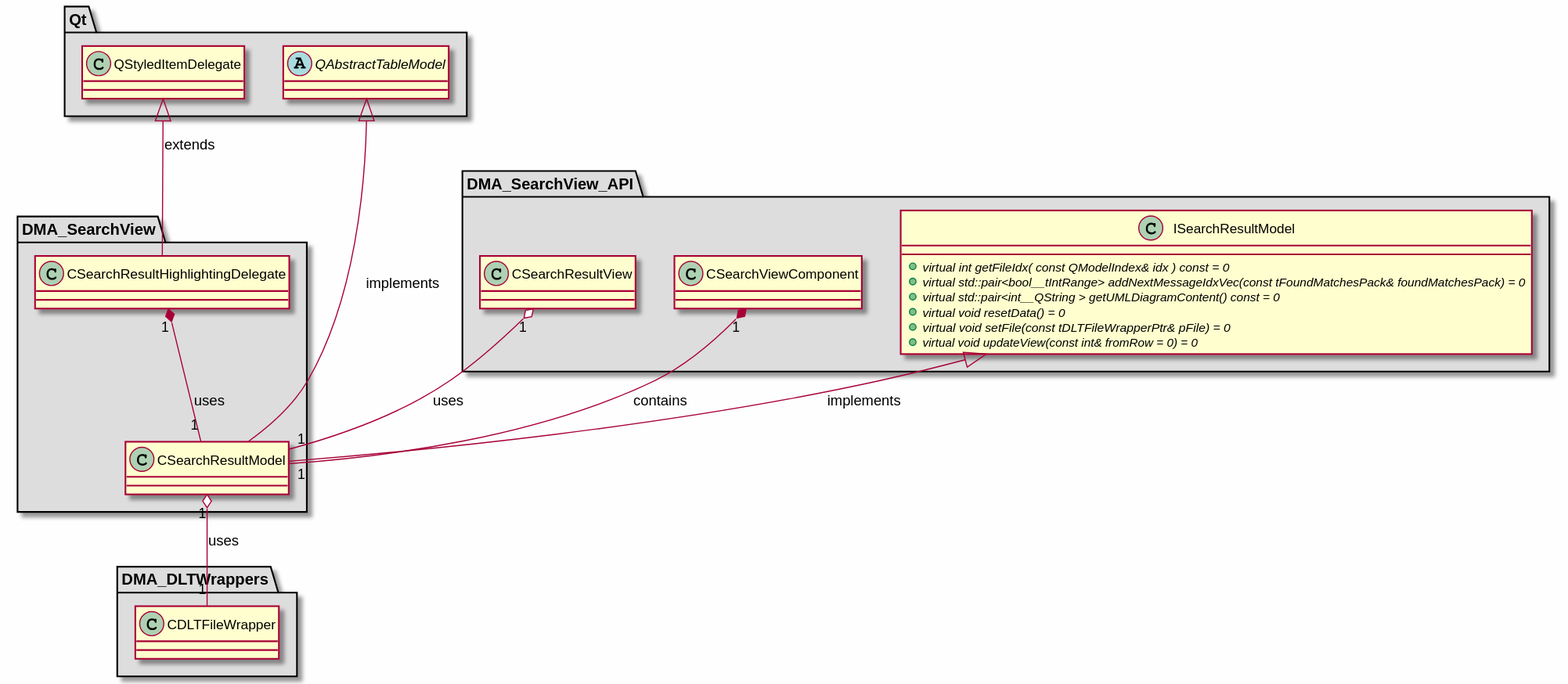
The PlantUML diagram md/dev_docs/puml/DMA_SearchView.svg in svlad-90/DLT-Message-Analyzer, before a commit.
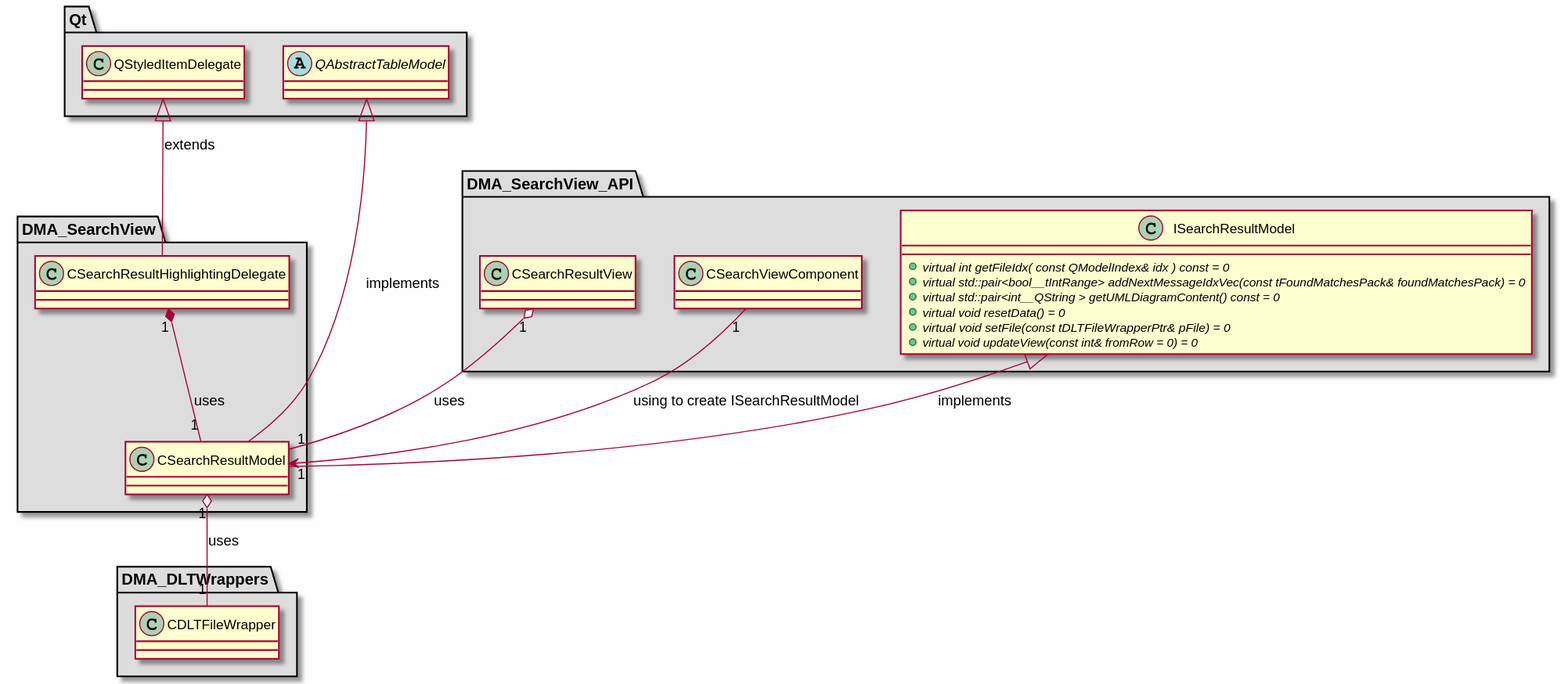
After the commit.

What changed in the source:
```diff
@@ -67,6 +67,6 @@
 CSearchResultHighlightingDelegate "1" *-- "1" CSearchResultModel : uses
 CSearchResultModel "1" o-- "1" CDLTFileWrapper : uses
 CSearchResultView "1" o-- "1" CSearchResultModel : uses
-CSearchViewComponent "1" *-- "1" CSearchResultModel : contains
+CSearchViewComponent "1" --> "1" CSearchResultModel : using to create ISearchResultModel
 
 @enduml
```
